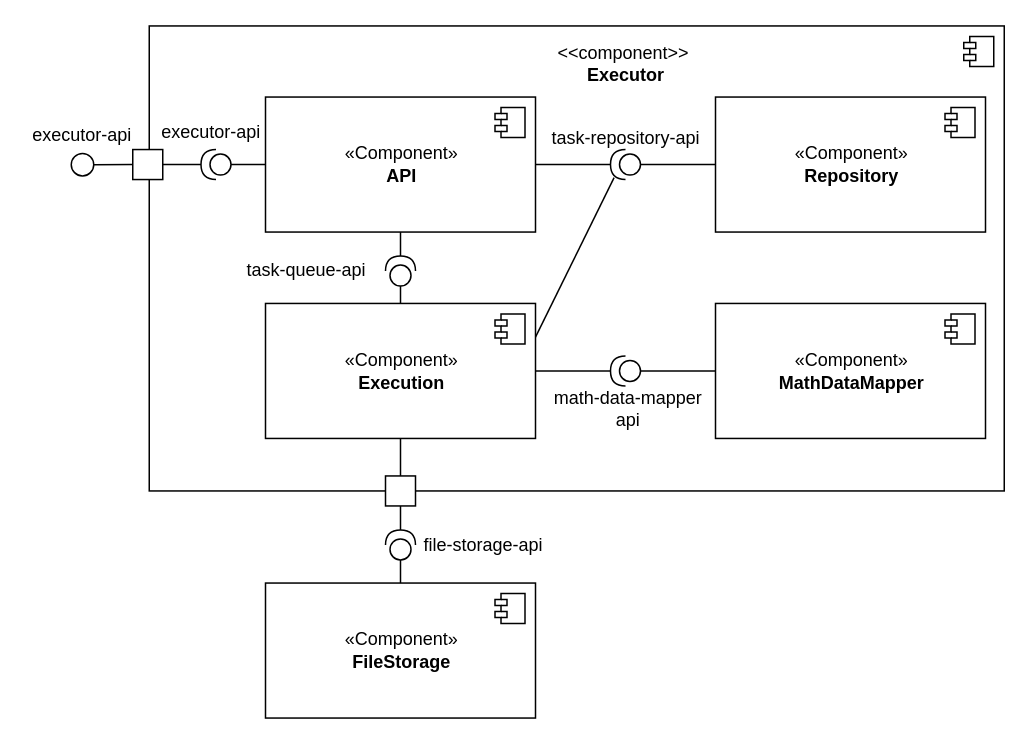
Earlier version of the draw.io diagram master/sources/diploma/architecture/diagrams/executor/component_common.drawio (stalker-fc/diploma). Source tidied: cells renumbered, new cells numbered last; positions are measured from the earlier drawing's top-left corner, leaving out a move shared by most shapes. Both pictures are drawn from the tidied source at 150%, with x=0, y=0 at pixel (26, 26).
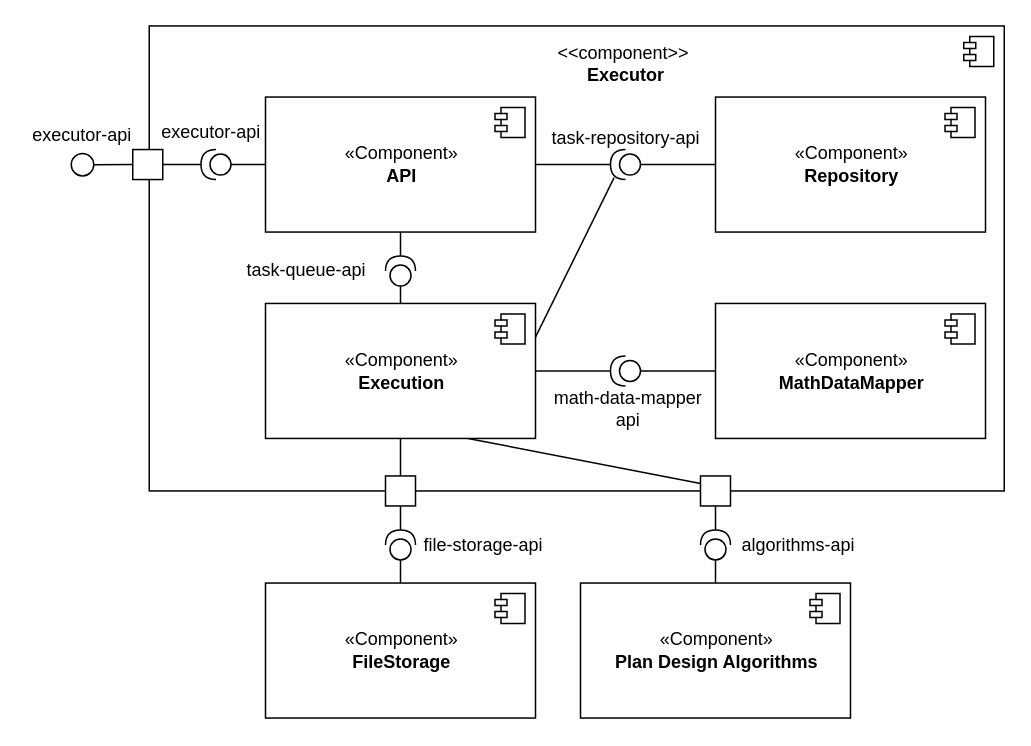
The same diagram, later.

The change refers to these unchanged cells:
```xml
<mxCell id="16" value="«Component»&lt;br&gt;&lt;b&gt;Execution&lt;/b&gt;" style="html=1;fillColor=default;" parent="1" vertex="1">
  <mxGeometry x="159.5" y="184.8" width="180" height="90" as="geometry" />
</mxCell>
```

The edit, as a diff of the source:
```diff
@@
+    <mxCell id="42" style="edgeStyle=none;rounded=0;jettySize=auto;html=1;exitX=0.75;exitY=1;exitDx=0;exitDy=0;entryX=0;entryY=0.25;entryDx=0;entryDy=0;endArrow=none;endFill=0;" parent="1" edge="1" source="16" target="49">
+      <mxGeometry relative="1" as="geometry" />
+    </mxCell>
@@
+    <mxCell id="43" value="«Component»&lt;br&gt;&lt;b&gt;Plan Design Algorithms&lt;/b&gt;" style="html=1;fillColor=default;" parent="1" vertex="1">
+      <mxGeometry x="369.5" y="371.2" width="180" height="90" as="geometry" />
+    </mxCell>
+    <mxCell id="44" style="shape=module;jettyWidth=8;jettyHeight=4;fillColor=default;" parent="43" vertex="1">
+      <mxGeometry x="1" width="20" height="20" relative="1" as="geometry">
+        <mxPoint x="-27" y="7" as="offset" />
+      </mxGeometry>
+    </mxCell>
+    <mxCell id="45" style="edgeStyle=none;rounded=0;jettySize=auto;html=1;exitX=0;exitY=0.5;exitDx=0;exitDy=0;exitPerimeter=0;entryX=0.5;entryY=0;entryDx=0;entryDy=0;endArrow=none;endFill=0;" parent="1" edge="1" source="46" target="43">
+      <mxGeometry relative="1" as="geometry" />
+    </mxCell>
+    <mxCell id="46" style="shape=providedRequiredInterface;html=1;verticalLabelPosition=bottom;sketch=0;fillColor=default;direction=north;" parent="1" vertex="1">
+      <mxGeometry x="449.5" y="335.8" width="20" height="20" as="geometry" />
+    </mxCell>
+    <mxCell id="47" value="algorithms-api" style="text;html=1;strokeColor=none;fillColor=none;align=center;verticalAlign=middle;whiteSpace=wrap;rounded=0;" parent="1" vertex="1">
+      <mxGeometry x="469.5" y="330.8" width="90" height="30" as="geometry" />
+    </mxCell>
+    <mxCell id="48" style="rounded=0;jettySize=auto;html=1;exitX=0.5;exitY=1;exitDx=0;exitDy=0;entryX=1;entryY=0.5;entryDx=0;entryDy=0;entryPerimeter=0;endArrow=none;endFill=0;" parent="1" edge="1" source="49" target="46">
+      <mxGeometry relative="1" as="geometry" />
+    </mxCell>
+    <mxCell id="49" style="whiteSpace=wrap;html=1;" parent="1" vertex="1">
+      <mxGeometry x="449.5" y="299.8" width="20" height="20" as="geometry" />
+    </mxCell>
```
